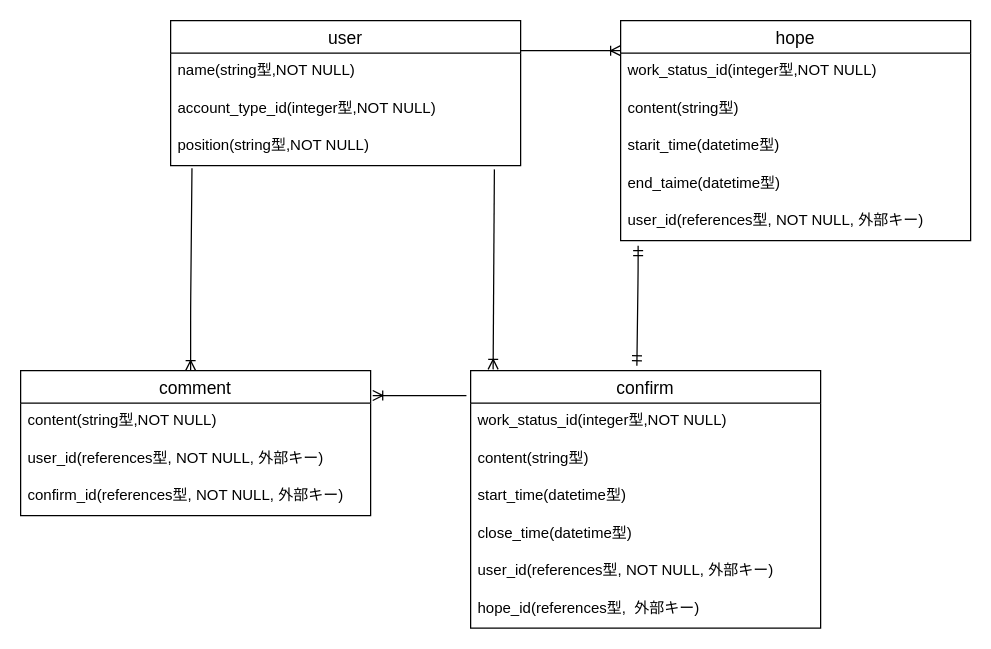
Above: page "ER図" (1 of 2) of waps_ER図.dio in graphite01/waps (draw.io), before the change. Source tidied: cells renumbered, new cells numbered last; positions are measured from the earlier drawing's top-left corner, leaving out a move shared by most shapes. Both pictures are drawn from the tidied source at 125%, with x=0, y=0 at pixel (20, 20).
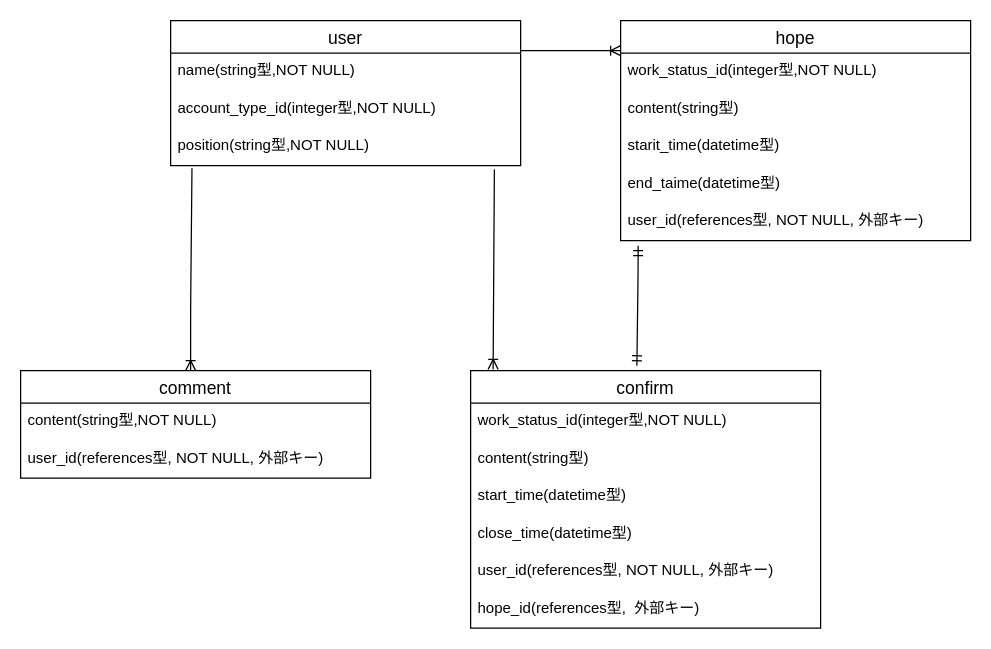
The same page after the edit.

Unchanged cells that the change refers to:
```xml
<mxCell id="6" value="confirm" style="swimlane;fontStyle=0;horizontal=1;startSize=26;align=center;fontSize=14;" parent="1" vertex="1">
  <mxGeometry x="360" y="280" width="280" height="206" as="geometry" />
</mxCell>
```

The edit, as a diff of the source:
```diff
@@
     <mxCell id="19" value="comment" style="swimlane;fontStyle=0;horizontal=1;startSize=26;align=center;fontSize=14;" parent="1" vertex="1">
-      <mxGeometry y="280" width="280" height="116" as="geometry" />
+      <mxGeometry y="280" width="280" height="86" as="geometry" />
     </mxCell>
@@
-    <mxCell id="22" value="confirm_id(references型, NOT NULL, 外部キー)" style="text;strokeColor=none;fillColor=none;spacingLeft=4;spacingRight=4;overflow=hidden;fontSize=12;" parent="19" vertex="1">
-      <mxGeometry y="86" width="280" height="30" as="geometry" />
-    </mxCell>
@@
-    <mxCell id="26" style="fontSize=12;html=1;endArrow=ERoneToMany;exitX=-0.012;exitY=0.097;exitDx=0;exitDy=0;exitPerimeter=0;entryX=1.006;entryY=0.172;entryDx=0;entryDy=0;entryPerimeter=0;" parent="1" edge="1" source="6" target="19">
-      <mxGeometry relative="1" as="geometry" />
-    </mxCell>
```
